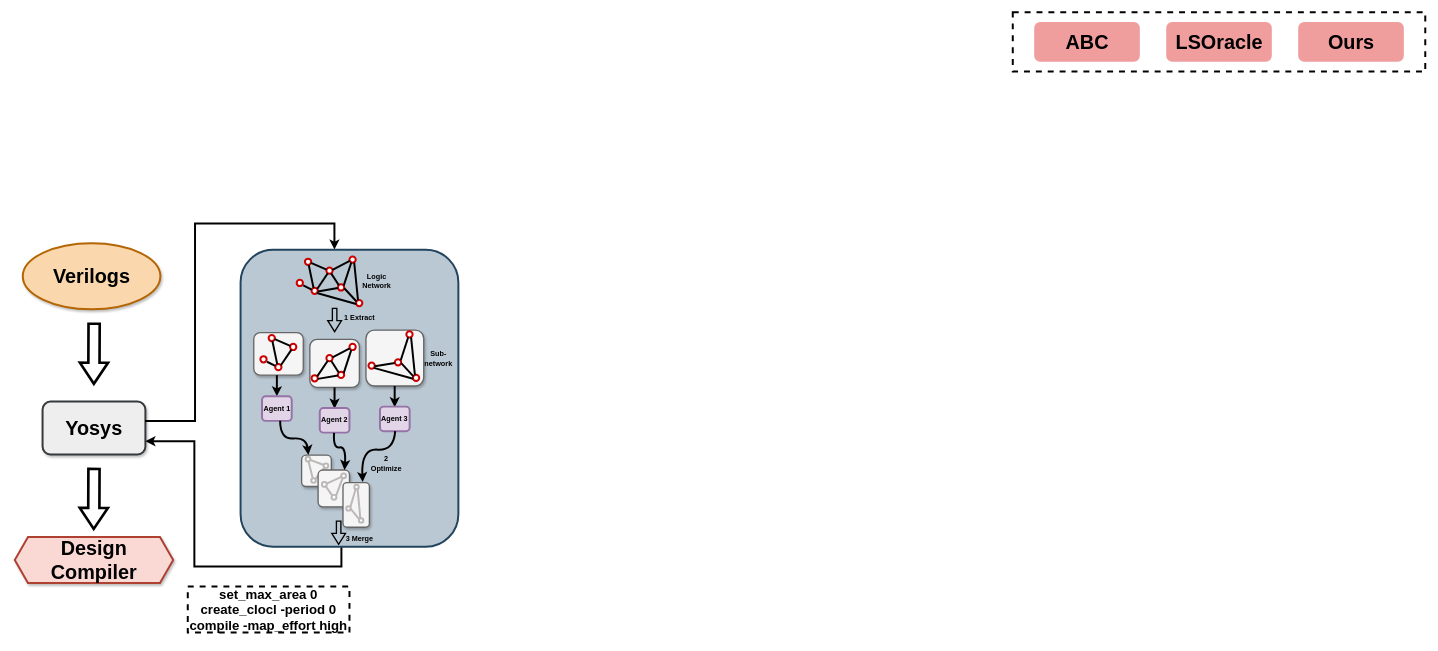
Earlier version of the draw.io diagram experimentFlow.drawio (kxzhu0505/LogicSynOpt). Source tidied: cells renumbered, new cells numbered last; positions are measured from the earlier drawing's top-left corner, leaving out a move shared by most shapes. Both pictures are drawn from the tidied source at 66%, with x=0, y=0 at pixel (15, 12).
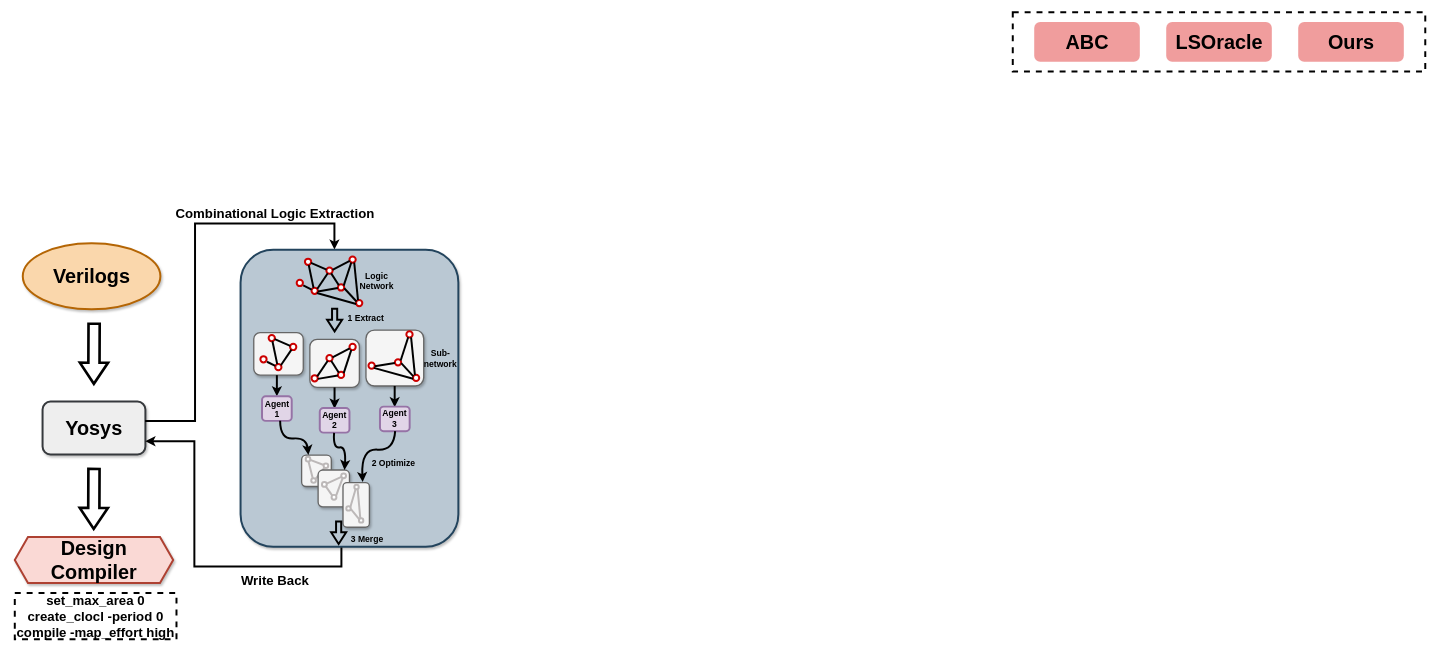
The same page after the edit.

The change refers to these unchanged cells:
```xml
<mxCell id="13" style="group;" parent="1" vertex="1">
  <mxGeometry x="362" y="370" width="310" height="440" as="geometry" />
</mxCell>
<mxCell id="72" style="group;" parent="13" vertex="1">
  <mxGeometry x="65" y="301.2" width="127.5" height="109.2" as="geometry" />
</mxCell>
```

Diff of the diagram source:
```diff
@@
     <mxCell id="8" value="&lt;font face=&quot;Helvetica&quot; style=&quot;font-size: 20px;&quot;&gt;&lt;b style=&quot;&quot;&gt;set_max_area 0&lt;br&gt;create_clocl -period 0&lt;br&gt;compile -map_effort high&lt;/b&gt;&lt;/font&gt;" style="rounded=0;whiteSpace=wrap;html=1;dashed=1;perimeterSpacing=3;strokeWidth=3;" parent="1" vertex="1">
-      <mxGeometry x="262" y="870" width="245" height="70" as="geometry" />
+      <mxGeometry x="-0.1" y="880" width="245" height="70" as="geometry" />
     </mxCell>
@@
-    <mxCell id="14" style="rounded=1;whiteSpace=wrap;html=1;fillColor=#bac8d3;strokeColor=#23445d;strokeWidth=3;" parent="13" vertex="1">
+    <mxCell id="14" style="rounded=1;whiteSpace=wrap;html=1;fillColor=#bac8d3;strokeColor=#23445d;strokeWidth=3;shadow=1;" parent="13" vertex="1">
       <mxGeometry x="-20" y="-10" width="330" height="450" as="geometry" />
     </mxCell>
@@
-    <mxCell id="62" value="&lt;font size=&quot;1&quot; style=&quot;&quot;&gt;&lt;b style=&quot;font-size: 11px;&quot;&gt;Logic Network&lt;/b&gt;&lt;/font&gt;" style="text;html=1;align=center;verticalAlign=middle;whiteSpace=wrap;rounded=0;" parent="13" vertex="1">
+    <mxCell id="62" value="&lt;font size=&quot;1&quot; style=&quot;&quot;&gt;&lt;b style=&quot;font-size: 13px;&quot;&gt;Logic Network&lt;/b&gt;&lt;/font&gt;" style="text;html=1;align=center;verticalAlign=middle;whiteSpace=wrap;rounded=0;" parent="13" vertex="1">
       <mxGeometry x="160" y="32.2" width="52.5" height="10.2" as="geometry" />
     </mxCell>
-    <mxCell id="63" style="shape=flexArrow;endArrow=classic;html=1;rounded=0;strokeWidth=2;endWidth=11.998324256388774;endSize=4.893506493506493;width=5.806451612903226;" parent="13" edge="1">
+    <mxCell id="63" style="shape=flexArrow;endArrow=classic;html=1;rounded=0;strokeWidth=3;endWidth=11.998324256388774;endSize=4.893506493506493;width=5.806451612903226;" parent="13" edge="1">
       <mxGeometry relative="1" as="geometry">
         <mxPoint x="122.5" y="77.8" as="sourcePoint" />
         <mxPoint x="122.5" y="115.1" as="targetPoint" />
       </mxGeometry>
     </mxCell>
-    <mxCell id="64" value="&lt;b style=&quot;&quot;&gt;&lt;font style=&quot;font-size: 11px;&quot;&gt;1 Extract&lt;/font&gt;&lt;/b&gt;" style="text;html=1;align=center;verticalAlign=middle;whiteSpace=wrap;rounded=0;" parent="13" vertex="1">
-      <mxGeometry x="133.5" y="88" width="52.5" height="10.2" as="geometry" />
+    <mxCell id="64" value="&lt;b style=&quot;&quot;&gt;&lt;font style=&quot;font-size: 13px;&quot;&gt;1 Extract&lt;/font&gt;&lt;/b&gt;" style="text;html=1;align=center;verticalAlign=middle;whiteSpace=wrap;rounded=0;" parent="13" vertex="1">
+      <mxGeometry x="138.5" y="88" width="61.5" height="10.2" as="geometry" />
     </mxCell>
@@
-    <mxCell id="68" value="&lt;font size=&quot;1&quot; style=&quot;&quot;&gt;&lt;b style=&quot;font-size: 11px;&quot;&gt;Agent 1&lt;/b&gt;&lt;/font&gt;" style="rounded=1;whiteSpace=wrap;html=1;fillColor=#e1d5e7;strokeColor=#9673a6;strokeWidth=3;" parent="13" vertex="1">
+    <mxCell id="68" value="&lt;font size=&quot;1&quot; style=&quot;&quot;&gt;&lt;b style=&quot;font-size: 13px;&quot;&gt;Agent 1&lt;/b&gt;&lt;/font&gt;" style="rounded=1;whiteSpace=wrap;html=1;fillColor=#e1d5e7;strokeColor=#9673a6;strokeWidth=3;" parent="13" vertex="1">
       <mxGeometry x="12.5" y="212" width="45" height="37.2" as="geometry" />
     </mxCell>
-    <mxCell id="69" value="&lt;font size=&quot;1&quot; style=&quot;&quot;&gt;&lt;b style=&quot;font-size: 11px;&quot;&gt;Agent 3&lt;/b&gt;&lt;/font&gt;" style="rounded=1;whiteSpace=wrap;html=1;fillColor=#e1d5e7;strokeColor=#9673a6;strokeWidth=3;" parent="13" vertex="1">
+    <mxCell id="69" value="&lt;font size=&quot;1&quot; style=&quot;&quot;&gt;&lt;b style=&quot;font-size: 13px;&quot;&gt;Agent 3&lt;/b&gt;&lt;/font&gt;" style="rounded=1;whiteSpace=wrap;html=1;fillColor=#e1d5e7;strokeColor=#9673a6;strokeWidth=3;" parent="13" vertex="1">
       <mxGeometry x="191.2" y="227.6" width="45" height="37.2" as="geometry" />
     </mxCell>
-    <mxCell id="70" value="&lt;font size=&quot;1&quot; style=&quot;&quot;&gt;&lt;b style=&quot;font-size: 11px;&quot;&gt;Agent 2&lt;/b&gt;&lt;/font&gt;" style="rounded=1;whiteSpace=wrap;html=1;fillColor=#e1d5e7;strokeColor=#9673a6;strokeWidth=3;" parent="13" vertex="1">
+    <mxCell id="70" value="&lt;font size=&quot;1&quot; style=&quot;&quot;&gt;&lt;b style=&quot;font-size: 13px;&quot;&gt;Agent 2&lt;/b&gt;&lt;/font&gt;" style="rounded=1;whiteSpace=wrap;html=1;fillColor=#e1d5e7;strokeColor=#9673a6;strokeWidth=3;" parent="13" vertex="1">
       <mxGeometry x="100" y="229.8" width="45" height="37.2" as="geometry" />
     </mxCell>
-    <mxCell id="71" value="&lt;font size=&quot;1&quot; style=&quot;&quot;&gt;&lt;b style=&quot;font-size: 11px;&quot;&gt;Sub-network&lt;/b&gt;&lt;/font&gt;" style="text;html=1;align=center;verticalAlign=middle;whiteSpace=wrap;rounded=0;" parent="13" vertex="1">
-      <mxGeometry x="260" y="149.4" width="40" height="10.2" as="geometry" />
+    <mxCell id="71" value="&lt;font size=&quot;1&quot; style=&quot;&quot;&gt;&lt;b style=&quot;font-size: 13px;&quot;&gt;Sub-network&lt;/b&gt;&lt;/font&gt;" style="text;html=1;align=center;verticalAlign=middle;whiteSpace=wrap;rounded=0;" parent="13" vertex="1">
+      <mxGeometry x="263" y="149.4" width="40" height="10.2" as="geometry" />
     </mxCell>
@@
-    <mxCell id="95" style="shape=flexArrow;endArrow=classic;html=1;rounded=0;strokeWidth=2;endWidth=11.998324256388774;endSize=4.893506493506493;width=5.806451612903226;" parent="72" edge="1">
+    <mxCell id="95" style="shape=flexArrow;endArrow=classic;html=1;rounded=0;strokeWidth=3;endWidth=11.998324256388774;endSize=4.893506493506493;width=5.806451612903226;" parent="72" edge="1">
       <mxGeometry relative="1" as="geometry">
         <mxPoint x="63.6" y="98.8" as="sourcePoint" />
         <mxPoint x="63.6" y="136" as="targetPoint" />
       </mxGeometry>
     </mxCell>
@@
-    <mxCell id="99" value="&lt;b style=&quot;&quot;&gt;&lt;font style=&quot;font-size: 11px;&quot;&gt;3 Merge&lt;/font&gt;&lt;/b&gt;" style="text;html=1;align=center;verticalAlign=middle;whiteSpace=wrap;rounded=0;" parent="13" vertex="1">
-      <mxGeometry x="133.7" y="423.1" width="52.5" height="10.2" as="geometry" />
+    <mxCell id="99" value="&lt;b style=&quot;&quot;&gt;&lt;font style=&quot;font-size: 13px;&quot;&gt;3 Merge&lt;/font&gt;&lt;/b&gt;" style="text;html=1;align=center;verticalAlign=middle;whiteSpace=wrap;rounded=0;" parent="13" vertex="1">
+      <mxGeometry x="144.7" y="423.1" width="53.5" height="10.2" as="geometry" />
     </mxCell>
-    <mxCell id="100" value="&lt;font size=&quot;1&quot; style=&quot;&quot;&gt;&lt;b style=&quot;font-size: 11px;&quot;&gt;2 Optimize&lt;/b&gt;&lt;/font&gt;" style="text;html=1;align=center;verticalAlign=middle;whiteSpace=wrap;rounded=0;" parent="13" vertex="1">
-      <mxGeometry x="173.8" y="308" width="53.7" height="10.2" as="geometry" />
+    <mxCell id="100" value="&lt;font size=&quot;1&quot; style=&quot;&quot;&gt;&lt;b style=&quot;font-size: 13px;&quot;&gt;2 Optimize&lt;/b&gt;&lt;/font&gt;" style="text;html=1;align=center;verticalAlign=middle;whiteSpace=wrap;rounded=0;" parent="13" vertex="1">
+      <mxGeometry x="173.8" y="308" width="76.2" height="10.2" as="geometry" />
     </mxCell>
@@
+    <mxCell id="102" value="&lt;font size=&quot;1&quot; style=&quot;&quot;&gt;&lt;b style=&quot;font-size: 20px;&quot;&gt;Combinational&amp;nbsp;Logic Extraction&lt;/b&gt;&lt;/font&gt;" style="text;html=1;align=center;verticalAlign=middle;whiteSpace=wrap;rounded=0;" parent="1" vertex="1">
+      <mxGeometry x="197.7" y="300" width="392.5" height="10.2" as="geometry" />
+    </mxCell>
+    <mxCell id="103" value="&lt;font size=&quot;1&quot; style=&quot;&quot;&gt;&lt;b style=&quot;font-size: 20px;&quot;&gt;Write Back&lt;/b&gt;&lt;/font&gt;" style="text;html=1;align=center;verticalAlign=middle;whiteSpace=wrap;rounded=0;" parent="1" vertex="1">
+      <mxGeometry x="197.7" y="854.9" width="392.5" height="10.2" as="geometry" />
+    </mxCell>
```
